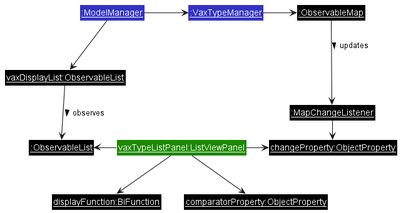
Earlier version of the PlantUML export docs/images/UiListViewPanelApptObjectDiagram.png (nus-cs2103-AY2223S2/tp).
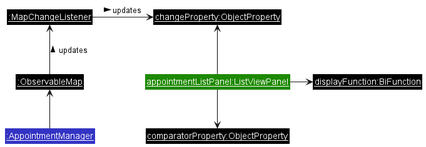
The same file after the commit.

What changed in the source:
```diff
@@ -5,30 +5,35 @@
 
 skinparam arrowThickness 1.1
 
-Class "<u>vaxTypeListPanel:ListViewPanel</u>" as ListViewPanel UI_COLOR
+hide <<hidden>> stereotype
+
+<style>
+    .hidden {
+        BackGroundColor transparent
+        BorderColor transparent
+        FontColor transparent
+        LineColor transparent
+        StereotypeFontColor transparent
+    }
+</style>
+
+Class "<u>appointmentListPanel:ListViewPanel</u>" as ListViewPanel UI_COLOR
 Class "<u>displayFunction:BiFunction</u>" as BiFunction #000000
 Class "<u>comparatorProperty:ObjectProperty</u>" as ComparatorProperty #000000
 Class "<u>changeProperty:ObjectProperty</u>" as ChangeProperty #000000
-class "<u>:ObservableList</u>" as DisplayList #000000
 
 Class "<u>:MapChangeListener</u>" as MapChangeListener #000000
 Class "<u>:ObservableMap</u>" as ObservableMap #000000
+Class "<u>:AppointmentManager</u>" as AppointmentManager LOGIC_COLOR
 
-Class "<u>:VaxTypeManager</u>" as VaxTypeManager LOGIC_COLOR
-Class "<u>:ModelManager</u>" as ModelManager LOGIC_COLOR
-Class "<u>vaxDisplayList:ObservableList</u>" as ModelList #000000
-
-ListViewPanel -right-> ChangeProperty
-ListViewPanel -down-> BiFunction
+ListViewPanel -up-> ChangeProperty
+ListViewPanel -right-> BiFunction
 ListViewPanel -down-> ComparatorProperty
-ListViewPanel -left-> DisplayList
 
 MapChangeListener -> ChangeProperty : updates >
-ObservableMap -down-> MapChangeListener : updates >
-VaxTypeManager -right-> ObservableMap
 
-ModelManager -down-> ModelList
-ModelManager -right-> VaxTypeManager
-ModelList -down-> DisplayList : observes >
+ObservableMap -up-> MapChangeListener : updates >
+
+AppointmentManager -up-> ObservableMap
 
 @enduml
```
